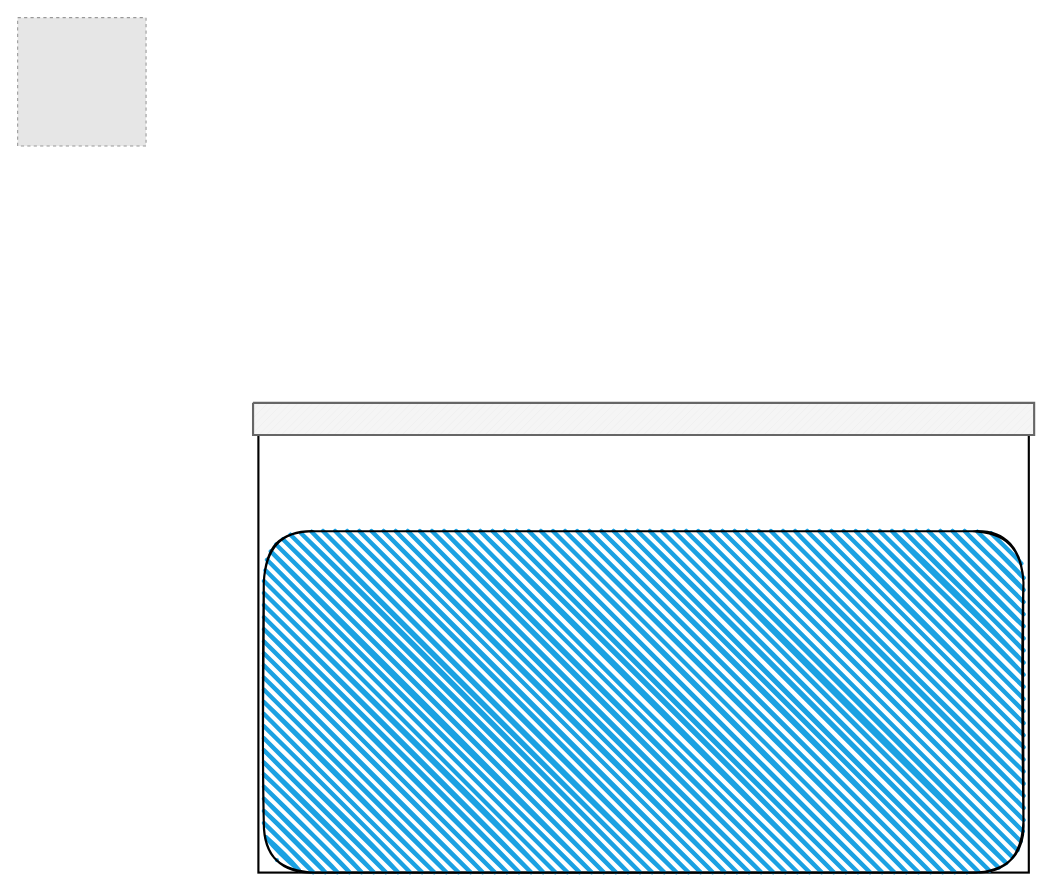
This is Project_Document/System_Block_Diagram.drawio from Kim-CheolHee/Project_Team_One, a draw.io file, before an edit. Source tidied: cells renumbered, new cells numbered last; positions are measured from the earlier drawing's top-left corner, leaving out a move shared by most shapes. Both pictures are drawn from the tidied source at 107%, with x=0, y=0 at pixel (17, 17). Pictures stored in the file or linked from it are replaced by grey dashed boxes.
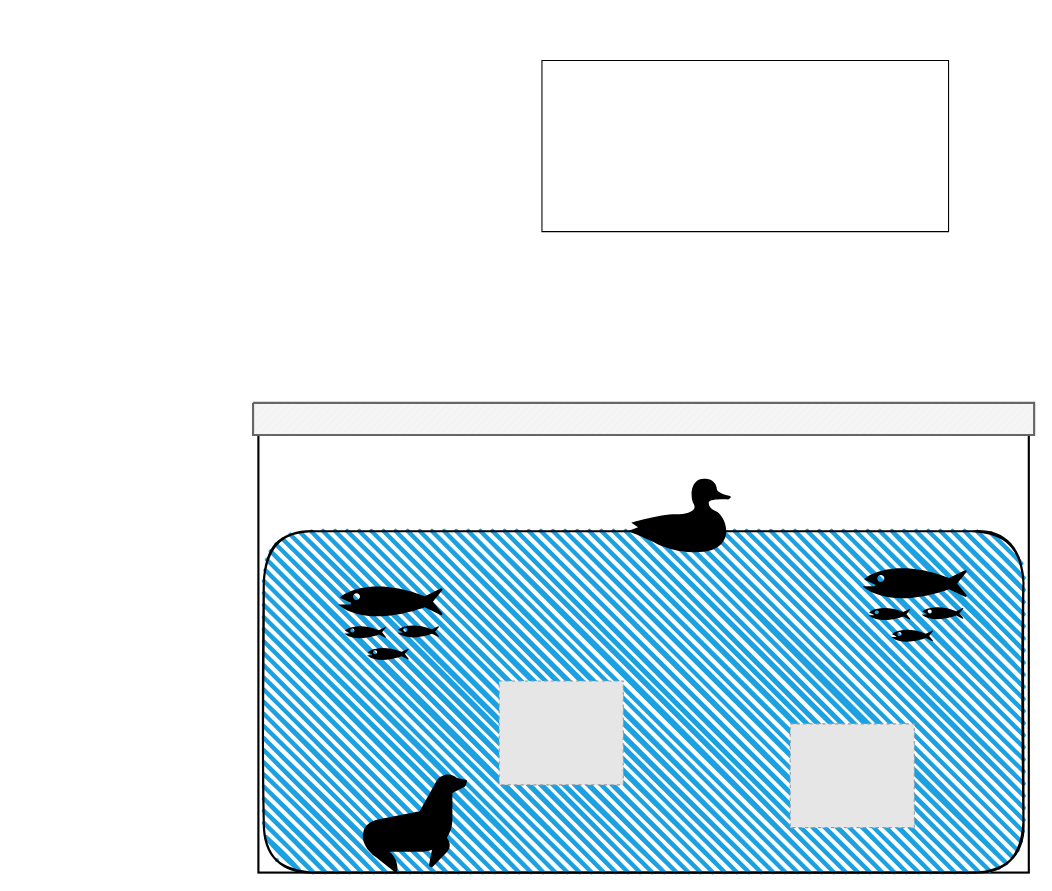
The same page after the edit.

What changed in the source:
```diff
@@
 <mxGraphModel>
   <root>
     <mxCell id="0" />
     <mxCell id="1" parent="0" />
     <mxCell id="2" style="rounded=0;whiteSpace=wrap;html=1;strokeWidth=2;" parent="1" vertex="1">
       <mxGeometry x="225" y="380" width="720" height="419" as="geometry" />
     </mxCell>
     <mxCell id="3" style="rounded=1;whiteSpace=wrap;html=1;strokeWidth=2;fillWeight=4;hachureGap=8;hachureAngle=45;fillColor=#1ba1e2;sketch=1;" parent="1" vertex="1">
       <mxGeometry x="230" y="480" width="710" height="319" as="geometry" />
     </mxCell>
     <mxCell id="4" style="verticalLabelPosition=bottom;verticalAlign=top;html=1;shape=mxgraph.basic.patternFillRect;fillStyle=diag;step=5;fillStrokeWidth=0.2;fillStrokeColor=#dddddd;strokeWidth=2;fillColor=#f5f5f5;fontColor=#333333;strokeColor=#666666;" parent="1" vertex="1">
       <mxGeometry x="220" y="360" width="730" height="30" as="geometry" />
     </mxCell>
-    <mxCell id="5" style="fillColor=#E6E6E6;strokeColor=#999999;dashed=1;verticalLabelPosition=bottom;labelBackgroundColor=default;verticalAlign=top;" parent="1" vertex="1">
-      <mxGeometry width="120" height="120" as="geometry" />
-    </mxCell>
+    <mxCell id="6" style="shape=mxgraph.signs.animals.fish_hatchery;html=1;fillColor=#000000;strokeColor=none;verticalLabelPosition=bottom;verticalAlign=top;align=center;sketch=0;strokeWidth=2;" parent="1" vertex="1">
+      <mxGeometry x="300" y="520" width="97" height="85" as="geometry" />
+    </mxCell>
+    <mxCell id="7" style="shape=mxgraph.signs.animals.seal;html=1;fillColor=#000000;strokeColor=none;verticalLabelPosition=bottom;verticalAlign=top;align=center;sketch=0;strokeWidth=2;" parent="1" vertex="1">
+      <mxGeometry x="320" y="707" width="100" height="92" as="geometry" />
+    </mxCell>
+    <mxCell id="8" style="shape=mxgraph.signs.animals.duck;html=1;fillColor=#000000;strokeColor=none;verticalLabelPosition=bottom;verticalAlign=top;align=center;sketch=0;strokeWidth=2;" parent="1" vertex="1">
+      <mxGeometry x="570" y="430" width="105" height="73" as="geometry" />
+    </mxCell>
+    <mxCell id="9" style="verticalLabelPosition=bottom;verticalAlign=top;html=1;shape=mxgraph.basic.rect;fillColor2=none;strokeWidth=1;size=20;indent=5;" parent="1" vertex="1">
+      <mxGeometry x="490" y="40" width="380" height="160" as="geometry" />
+    </mxCell>
+    <mxCell id="10" style="fillColor=#E6E6E6;strokeColor=#999999;dashed=1;verticalLabelPosition=bottom;labelBackgroundColor=default;verticalAlign=top;" parent="1" vertex="1">
+      <mxGeometry x="722" y="660" width="116" height="97" as="geometry" />
+    </mxCell>
+    <mxCell id="11" style="shape=mxgraph.signs.animals.fish_hatchery;html=1;fillColor=#000000;strokeColor=none;verticalLabelPosition=bottom;verticalAlign=top;align=center;sketch=0;strokeWidth=2;" parent="1" vertex="1">
+      <mxGeometry x="790" y="503" width="97" height="85" as="geometry" />
+    </mxCell>
+    <mxCell id="12" style="fillColor=#E6E6E6;strokeColor=#999999;dashed=1;verticalLabelPosition=bottom;labelBackgroundColor=default;verticalAlign=top;" parent="1" vertex="1">
+      <mxGeometry x="450" y="620" width="116" height="97" as="geometry" />
+    </mxCell>
   </root>
 </mxGraphModel>
```
